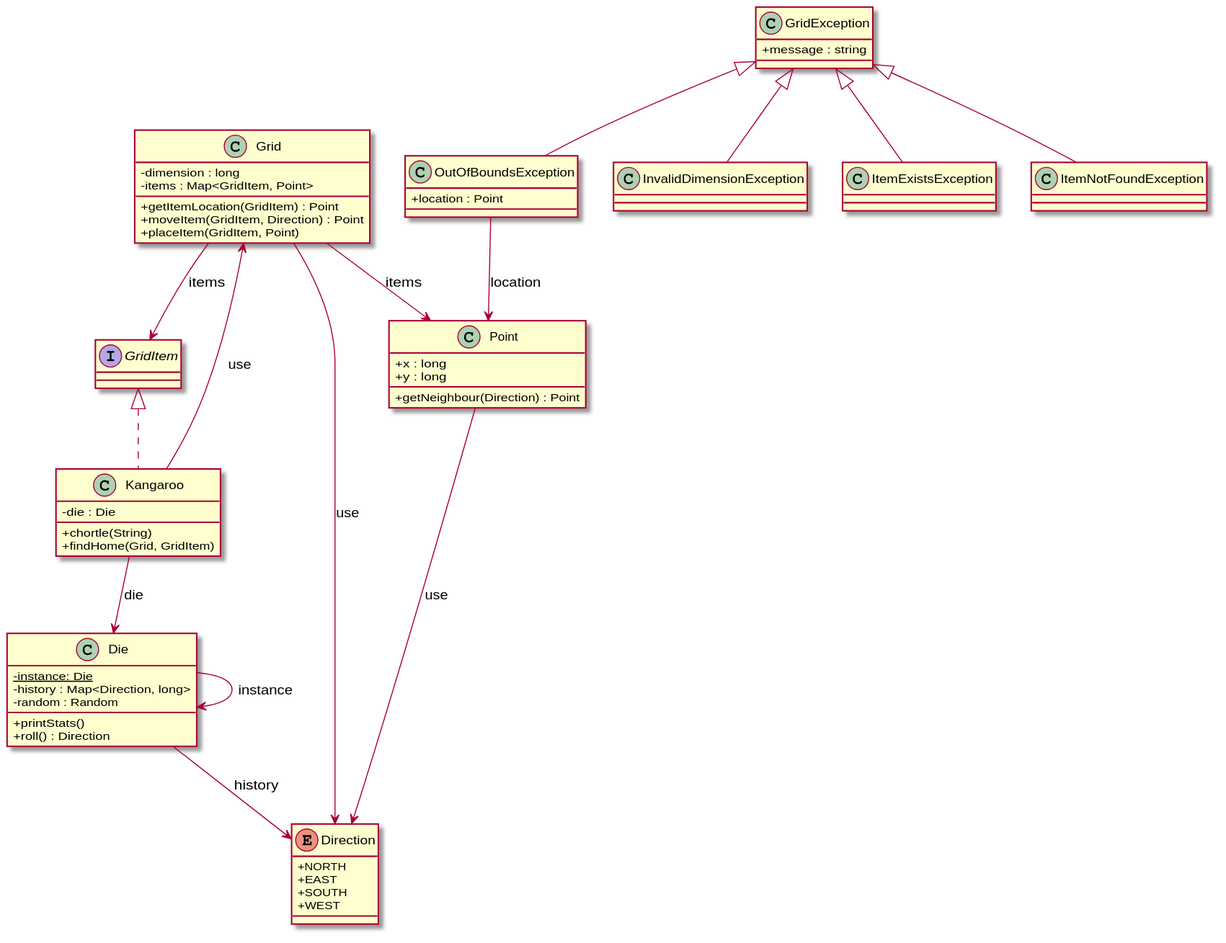
This is uml/skippy-plantuml.svg from jaaufauvre/will-skippy-get-home, a PlantUML export, as it was before one commit.
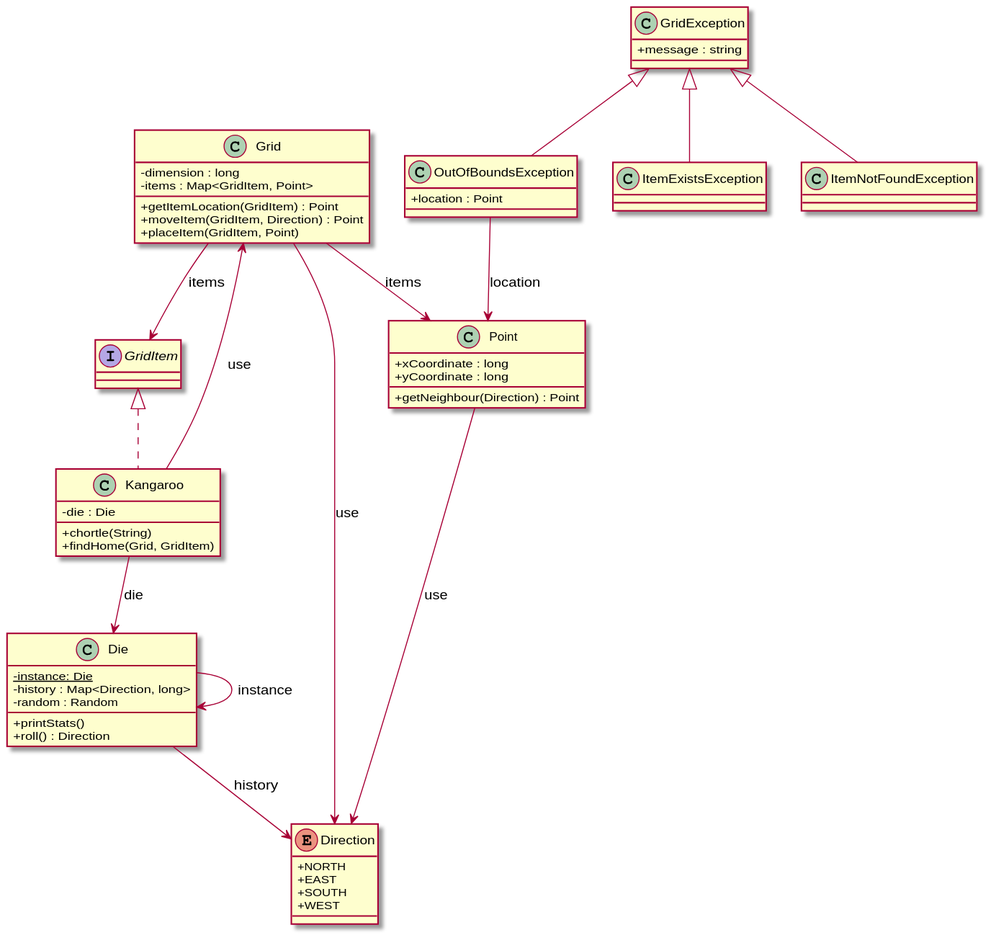
Above is the later version.

Diff of the diagram source:
```diff
@@ -30,8 +30,6 @@
 
 interface "GridItem"
 
-class "InvalidDimensionException"
-
 class "ItemExistsException"
 
 class "ItemNotFoundException"
@@ -47,15 +45,14 @@
 }
 
 class "Point" {
-  {field} +x : long
-  {field} +y : long
+  {field} +xCoordinate : long
+  {field} +yCoordinate : long
   {method} +getNeighbour(Direction) : Point
 }
 
 "Die" --> "Die" : instance
 "Die" --> "Direction" : history
 "Grid" --> "Direction" : use
-"GridException" <|-- "InvalidDimensionException"
 "GridException" <|-- "ItemExistsException"
 "GridException" <|-- "ItemNotFoundException"
 "GridException" <|-- "OutOfBoundsException"
```
